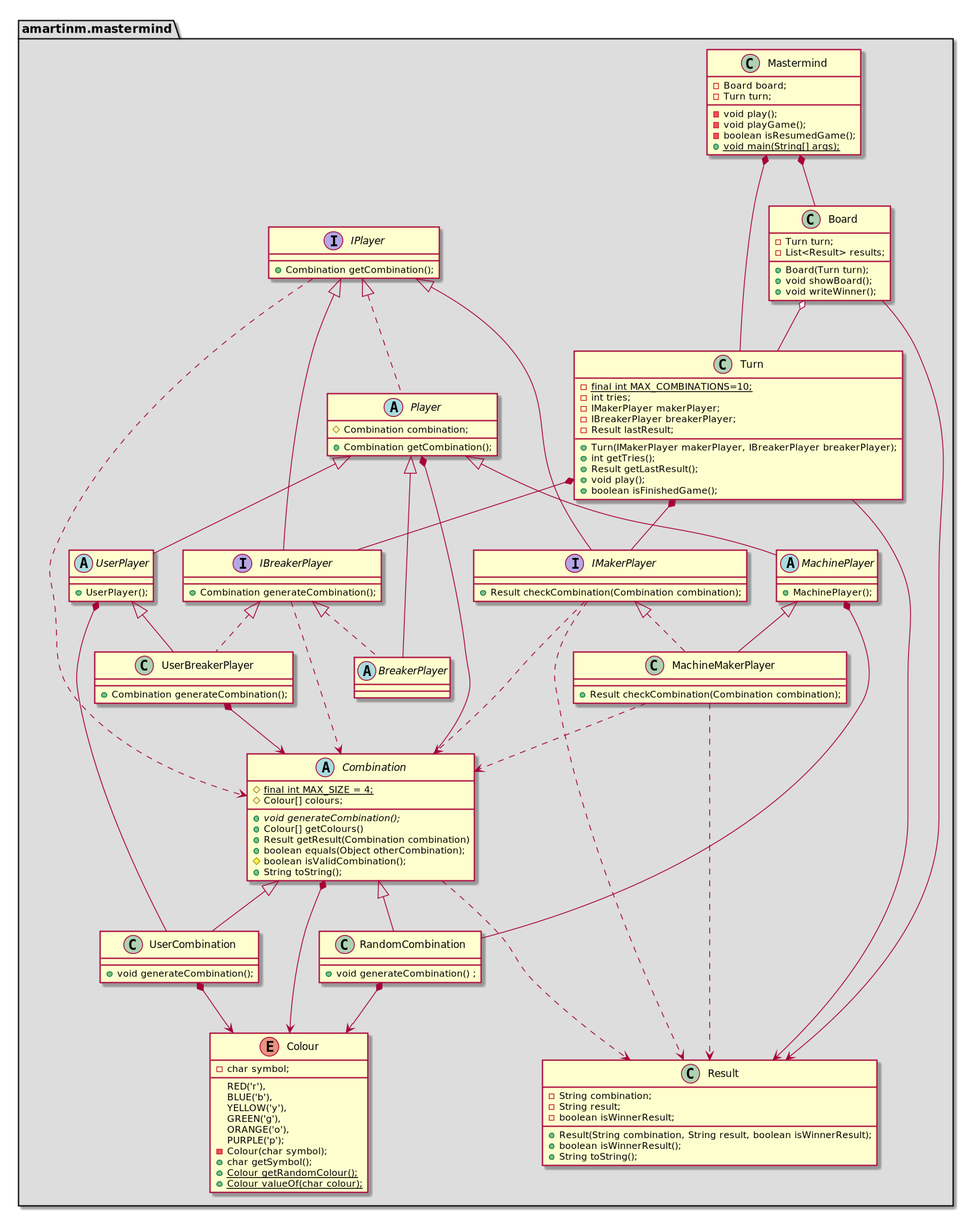
Before: docs/images/mastermind-package.png, a diagram exported from PlantUML (amartinm82/mastermind).
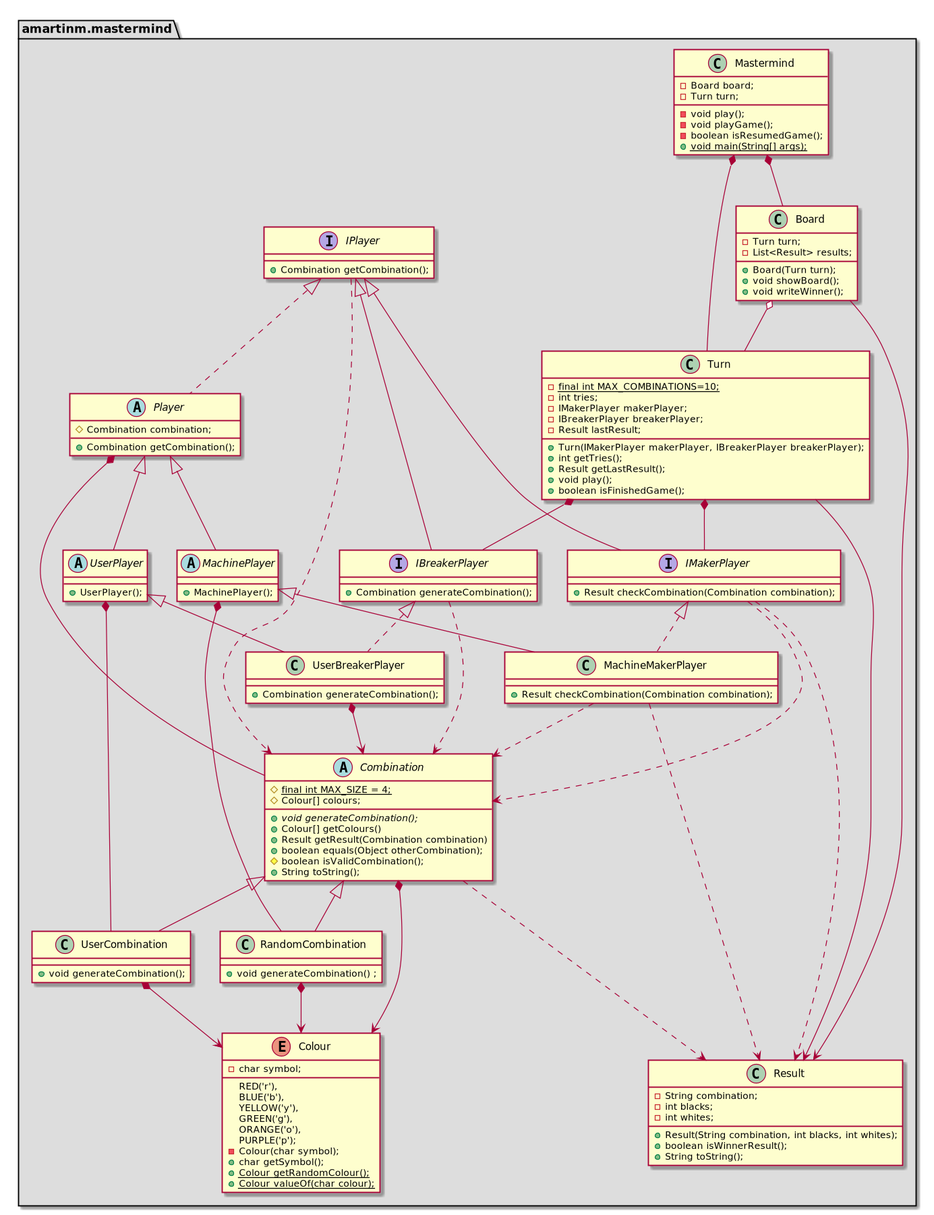
The same file after the commit.

Commit message:
[domainModel] Refactoring Result class

The edit, as a diff of the source:
```diff
@@ -39,10 +39,10 @@
     class Result {
 
         - String combination;
-        - String result;
-        - boolean isWinnerResult;
+        - int blacks;
+        - int whites;
 
-        + Result(String combination, String result, boolean isWinnerResult);
+        + Result(String combination, int blacks, int whites);
         + boolean isWinnerResult();
         + String toString();
     }
@@ -118,8 +118,6 @@
         + Combination generateCombination();
     }
 
-    abstract class BreakerPlayer extends Player implements IBreakerPlayer {}
-
     Mastermind *-down- Board
     Mastermind *-down- Turn
 
```
